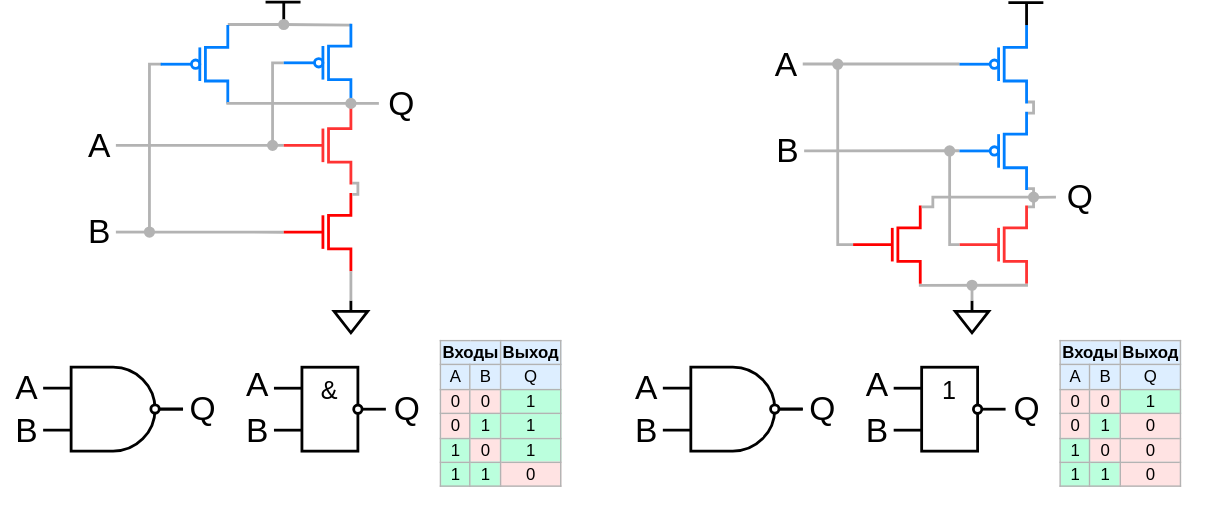
Above: .pic/Introduction/How FPGA works/fig_06.drawio.svg in MPSU/APS (draw.io), before the change. Source tidied: cells renumbered, new cells last; positions are measured from the earlier drawing's top-left corner, leaving out a move shared by most shapes.
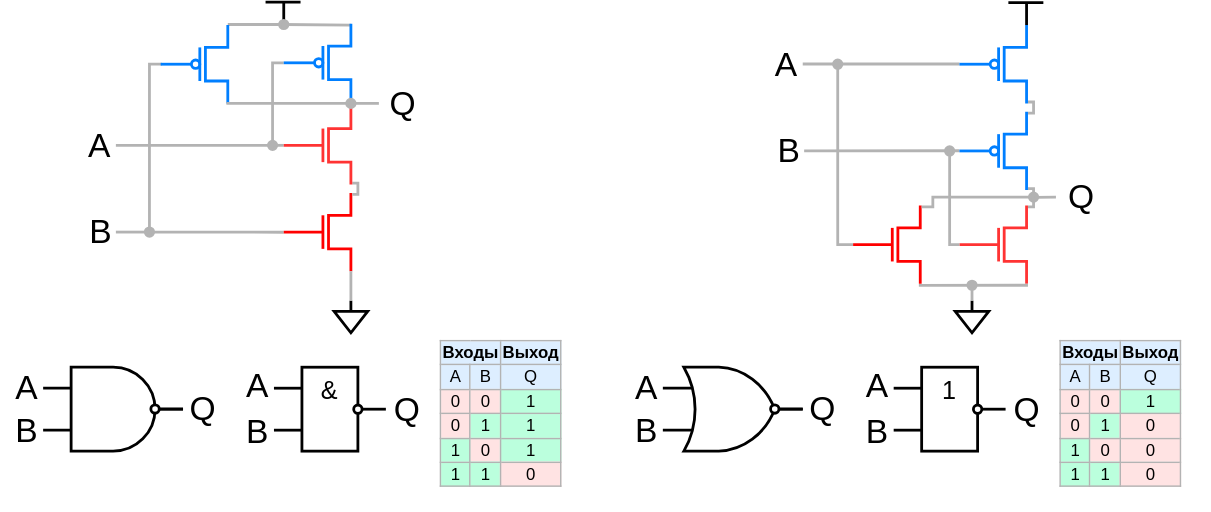
After the commit.

Change to the diagram source:
```diff
@@ -482,7 +482,7 @@
         <mxPoint x="130" y="290.9" as="targetPoint" />
       </mxGeometry>
     </mxCell>
-    <mxCell id="78" style="verticalLabelPosition=bottom;shadow=0;dashed=0;align=center;html=1;verticalAlign=top;shape=mxgraph.electrical.logic_gates.logic_gate;operation=nand;strokeWidth=2;" parent="1" vertex="1">
+    <mxCell id="78" style="verticalLabelPosition=bottom;shadow=0;dashed=0;align=center;html=1;verticalAlign=top;shape=mxgraph.electrical.logic_gates.logic_gate;operation=or;strokeWidth=2;" parent="1" vertex="1">
       <mxGeometry x="473" y="261" width="100" height="60" as="geometry" />
     </mxCell>
     <mxCell id="79" value="&lt;font style=&quot;font-size: 24px;&quot;&gt;A&lt;/font&gt;" style="text;html=1;align=center;verticalAlign=middle;strokeColor=none;fillColor=none;" parent="1" vertex="1">
```
